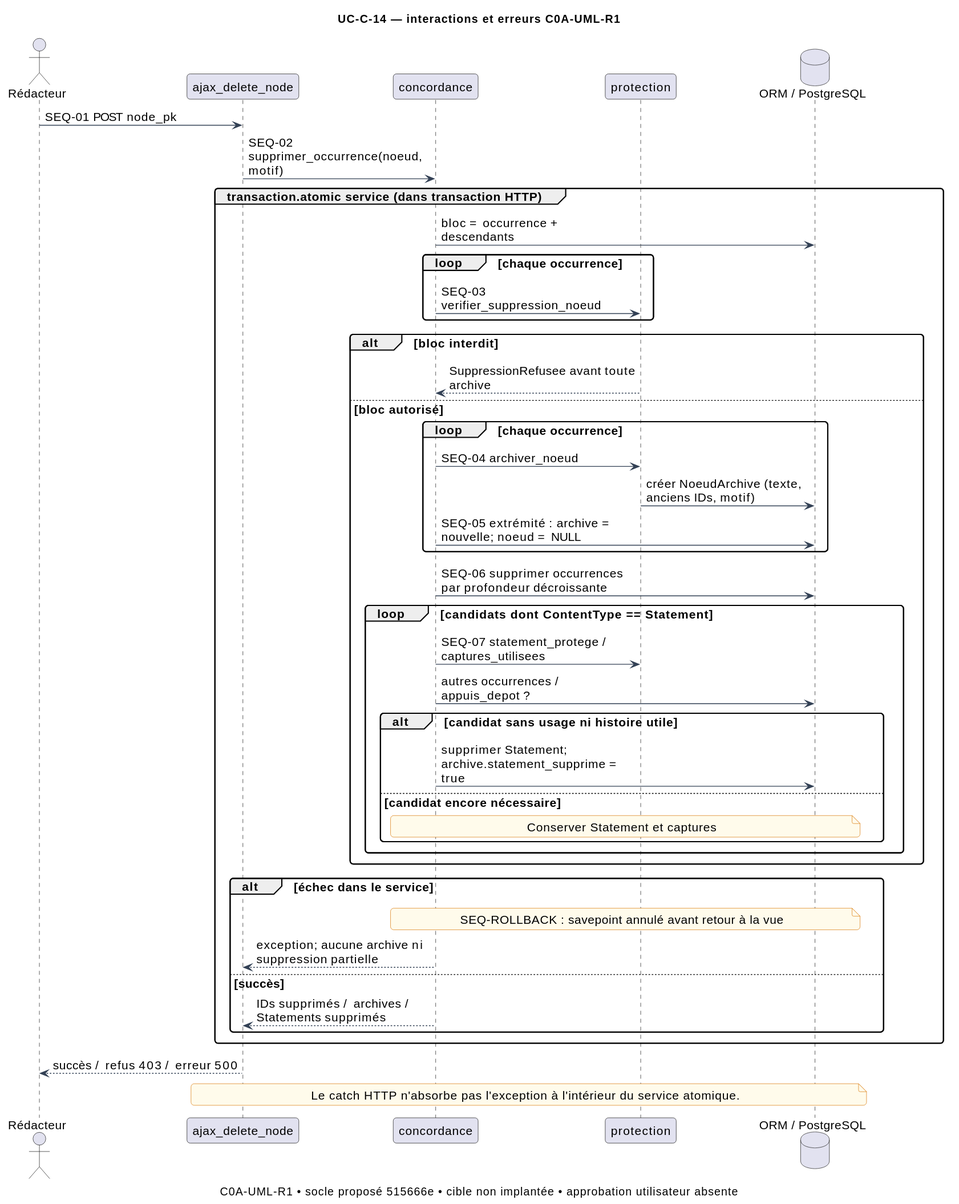
Before: docs/architecture_c/use_cases/UC-C-14/sequence.svg, a diagram exported from PlantUML (LPDavidbdeb/court).
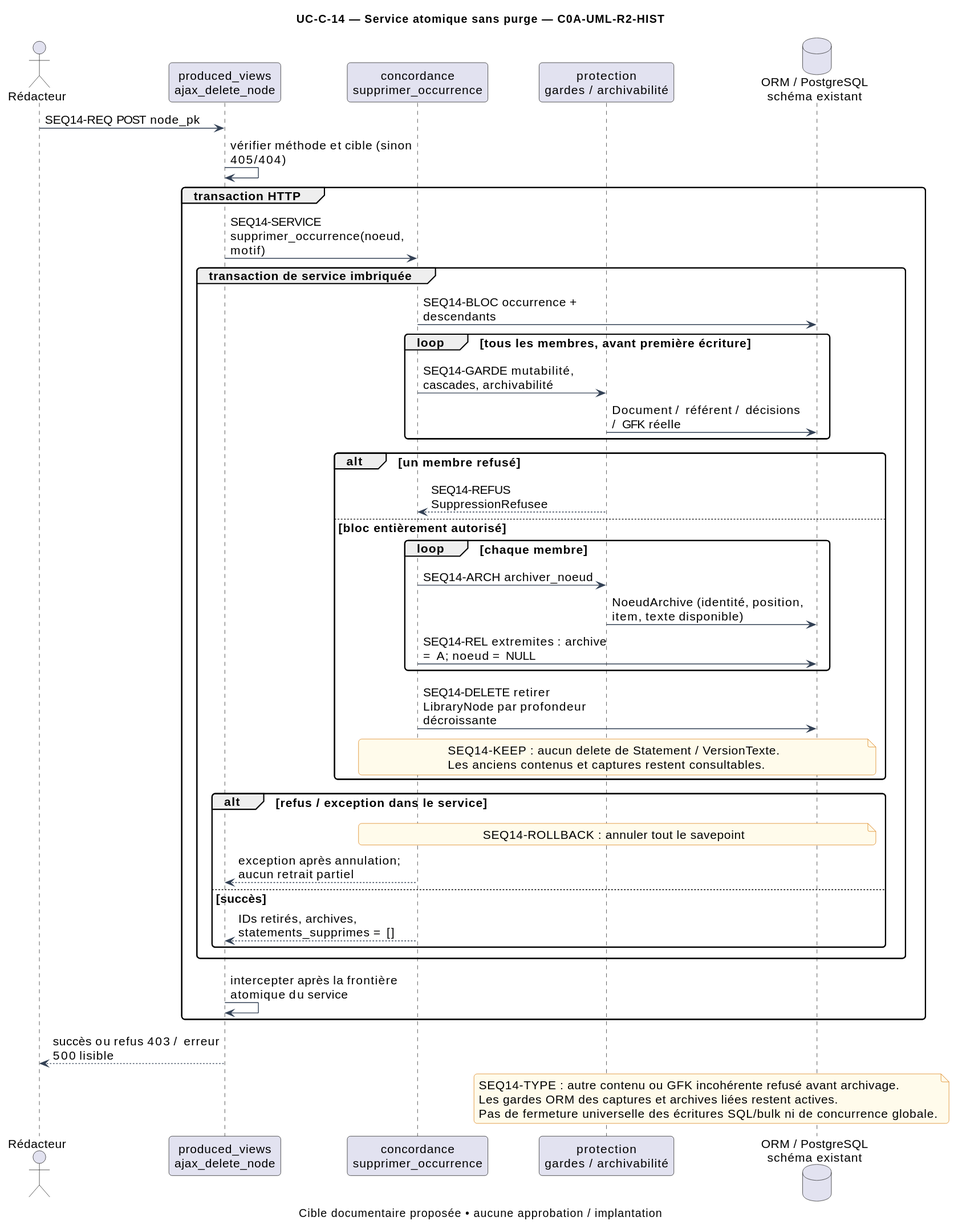
After the commit.

What changed in the source:
```diff
@@ -1,45 +1,46 @@
 @startuml
 !include ../../modele_global/style.iuml
-title UC-C-14 — interactions et erreurs C0A-UML-R1
-caption C0A-UML-R1 • socle proposé 515666e • cible non implantée • approbation utilisateur absente
+title UC-C-14 — Service atomique sans purge — C0A-UML-R2-HIST
+caption Cible documentaire proposée • aucune approbation / implantation
 actor Rédacteur as U
-participant "ajax_delete_node" as V
-participant "concordance" as S
-participant "protection" as G
-database "ORM / PostgreSQL" as DB
-U -> V : SEQ-01 POST node_pk
-V -> S : SEQ-02 supprimer_occurrence(noeud, motif)
-group transaction.atomic service (dans transaction HTTP)
-S -> DB : bloc = occurrence + descendants
-loop chaque occurrence
-  S -> G : SEQ-03 verifier_suppression_noeud
+participant "produced_views\najax_delete_node" as V
+participant "concordance\nsupprimer_occurrence" as S
+participant "protection\ngardes / archivabilité" as G
+database "ORM / PostgreSQL\nschéma existant" as DB
+U -> V : SEQ14-REQ POST node_pk
+V -> V : vérifier méthode et cible (sinon 405/404)
+group transaction HTTP
+V -> S : SEQ14-SERVICE supprimer_occurrence(noeud, motif)
+group transaction de service imbriquée
+S -> DB : SEQ14-BLOC occurrence + descendants
+loop tous les membres, avant première écriture
+  S -> G : SEQ14-GARDE mutabilité, cascades, archivabilité
+  G -> DB : Document / référent / décisions / GFK réelle
 end
-alt bloc interdit
-  G --> S : SuppressionRefusee avant toute archive
-else bloc autorisé
-  loop chaque occurrence
-    S -> G : SEQ-04 archiver_noeud
-    G -> DB : créer NoeudArchive (texte, anciens IDs, motif)
-    S -> DB : SEQ-05 extrémité : archive = nouvelle; noeud = NULL
+alt un membre refusé
+  G --> S : SEQ14-REFUS SuppressionRefusee
+else bloc entièrement autorisé
+  loop chaque membre
+    S -> G : SEQ14-ARCH archiver_noeud
+    G -> DB : NoeudArchive (identité, position, item, texte disponible)
+    S -> DB : SEQ14-REL extremites : archive = A; noeud = NULL
   end
-  S -> DB : SEQ-06 supprimer occurrences par profondeur décroissante
-  loop candidats dont ContentType == Statement
-    S -> G : SEQ-07 statement_protege / captures_utilisees
-    S -> DB : autres occurrences / appuis_depot ?
-    alt candidat sans usage ni histoire utile
-      S -> DB : supprimer Statement; archive.statement_supprime = true
-    else candidat encore nécessaire
-      note over S,DB : Conserver Statement et captures
-    end
-  end
+  S -> DB : SEQ14-DELETE retirer LibraryNode par profondeur décroissante
+  note over S,DB : SEQ14-KEEP : aucun delete de Statement / VersionTexte.\nLes anciens contenus et captures restent consultables.
 end
-alt échec dans le service
-  note over S,DB : SEQ-ROLLBACK : savepoint annulé avant retour à la vue
-  S --> V : exception; aucune archive ni suppression partielle
+alt refus / exception dans le service
+  note over S,DB : SEQ14-ROLLBACK : annuler tout le savepoint
+  S --> V : exception après annulation; aucun retrait partiel
 else succès
-  S --> V : IDs supprimés / archives / Statements supprimés
+  S --> V : IDs retirés, archives, statements_supprimes = []
 end
 end
-V --> U : succès / refus 403 / erreur 500
-note over V,DB : Le catch HTTP n'absorbe pas l'exception à l'intérieur du service atomique.
+V -> V : intercepter après la frontière atomique du service
+end
+V --> U : succès ou refus 403 / erreur 500 lisible
+note over G,DB
+  SEQ14-TYPE : autre contenu ou GFK incohérente refusé avant archivage.
+  Les gardes ORM des captures et archives liées restent actives.
+  Pas de fermeture universelle des écritures SQL/bulk ni de concurrence globale.
+end note
 @enduml
```
